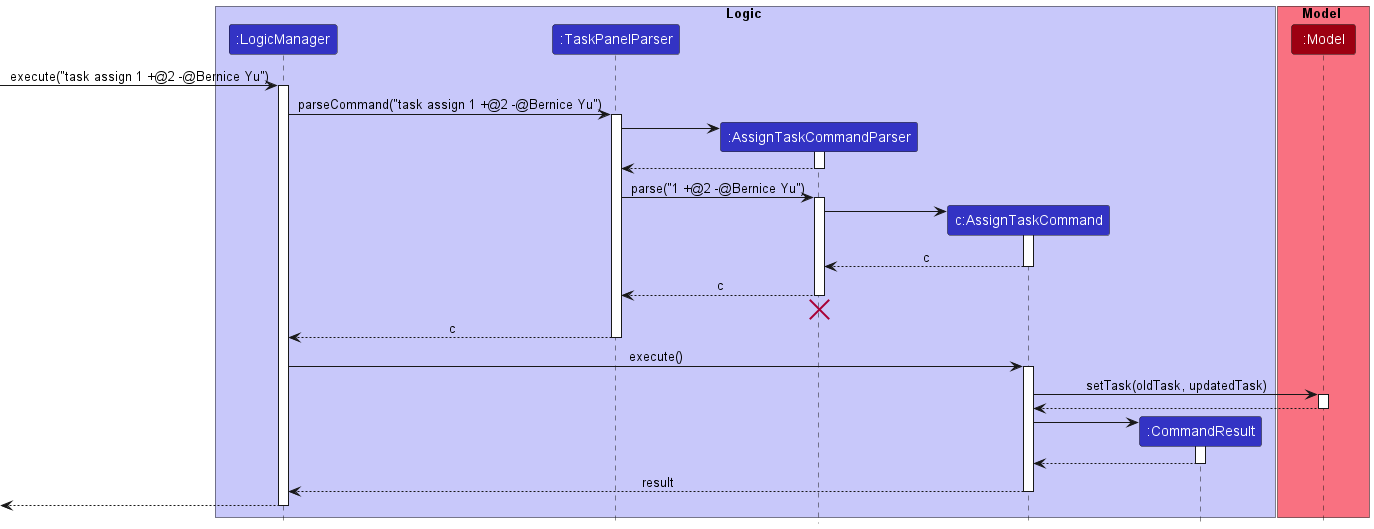
Before: docs/images/AssignTaskSequenceDiagram.png, a diagram exported from PlantUML (nus-cs2103-AY2223S1/tp). The source it was exported from:
```plantuml
@startuml
!include style.puml

box Logic LOGIC_COLOR_T1
participant ":LogicManager" as LogicManager LOGIC_COLOR
participant ":TaskPanelParser" as TaskPanelParser LOGIC_COLOR
participant ":AssignTaskCommandParser" as AssignTaskCommandParser LOGIC_COLOR
participant "c:AssignTaskCommand" as AssignTaskCommand LOGIC_COLOR
participant ":CommandResult" as CommandResult LOGIC_COLOR
end box

box Model MODEL_COLOR_T1
participant ":Model" as Model MODEL_COLOR
end box

[-> LogicManager : execute("task assign 1 +@2 -@Bernice Yu")
activate LogicManager

LogicManager -> TaskPanelParser : parseCommand("task assign 1 +@2 -@Bernice Yu")
activate TaskPanelParser

create AssignTaskCommandParser
TaskPanelParser -> AssignTaskCommandParser
activate AssignTaskCommandParser

AssignTaskCommandParser --> TaskPanelParser
deactivate AssignTaskCommandParser

TaskPanelParser -> AssignTaskCommandParser : parse("1 +@2 -@Bernice Yu")
activate AssignTaskCommandParser

create AssignTaskCommand
AssignTaskCommandParser -> AssignTaskCommand
activate AssignTaskCommand

AssignTaskCommand --> AssignTaskCommandParser : c
deactivate AssignTaskCommand

AssignTaskCommandParser --> TaskPanelParser : c
deactivate AssignTaskCommandParser
AssignTaskCommandParser -[hidden]-> TaskPanelParser
destroy AssignTaskCommandParser

TaskPanelParser --> LogicManager : c
deactivate TaskPanelParser

LogicManager -> AssignTaskCommand : execute()
activate AssignTaskCommand

AssignTaskCommand -> Model : setTask(oldTask, updatedTask)
activate Model

Model --> AssignTaskCommand
deactivate Model

create CommandResult
AssignTaskCommand -> CommandResult
activate CommandResult

CommandResult --> AssignTaskCommand
deactivate CommandResult

AssignTaskCommand --> LogicManager : result
deactivate AssignTaskCommand

[<--LogicManager
deactivate LogicManager
@enduml
```
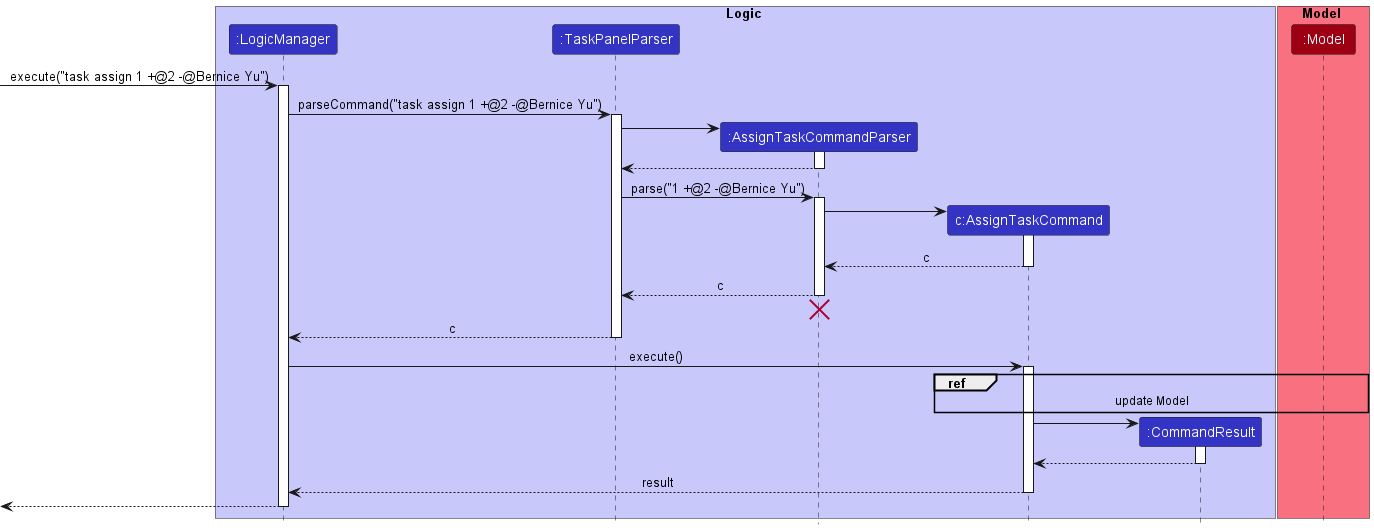
Above is the later version.

What changed in the source:
```diff
@@ -47,11 +47,7 @@
 LogicManager -> AssignTaskCommand : execute()
 activate AssignTaskCommand
 
-AssignTaskCommand -> Model : setTask(oldTask, updatedTask)
-activate Model
-
-Model --> AssignTaskCommand
-deactivate Model
+ref over AssignTaskCommand, Model: update Model
 
 create CommandResult
 AssignTaskCommand -> CommandResult
```
